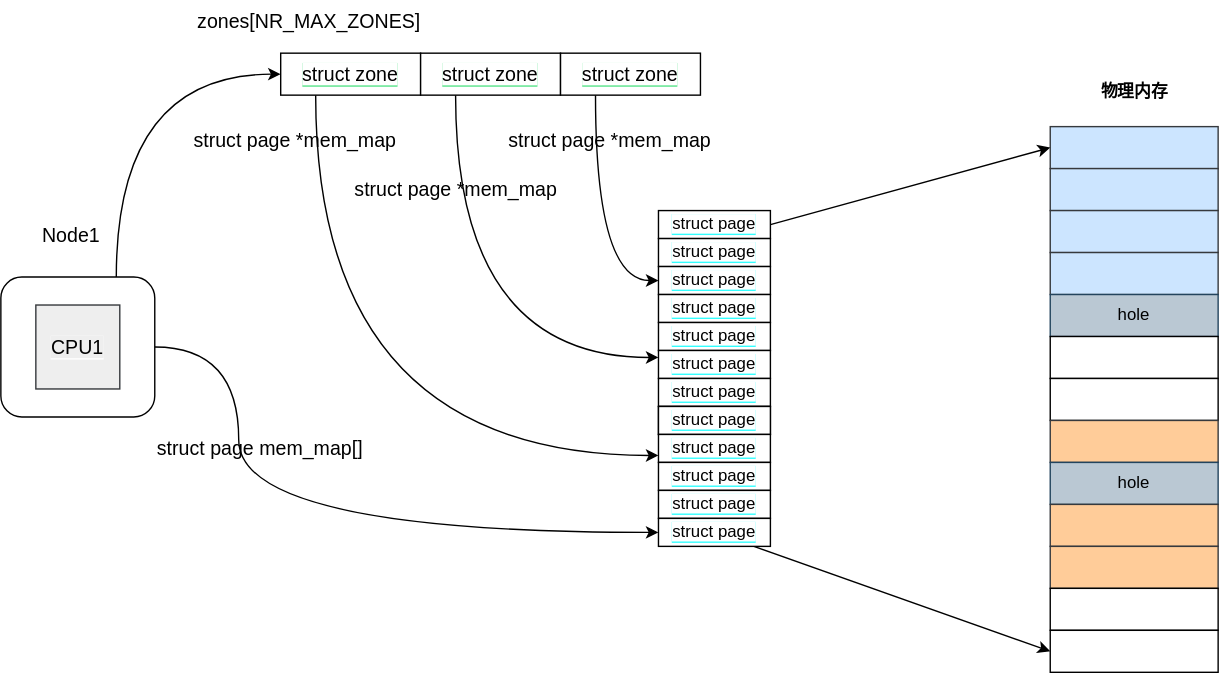
kongjun18/thesis keeps this draw.io diagram as images/lzuos-memory-model-implementation.drawio.svg. Above is the earlier version. Source tidied: cells renumbered, new cells last; positions are measured from the earlier drawing's top-left corner, leaving out a move shared by most shapes. Its diagram source:
```xml
<mxGraphModel>
  <root>
    <mxCell id="0" />
    <mxCell id="1" parent="0" />
    <mxCell id="2" style="rounded=0;whiteSpace=wrap;html=1;labelBackgroundColor=#33FFFF;fillColor=#cce5ff;strokeColor=#36393d;" parent="1" vertex="1">
      <mxGeometry x="750" y="90" width="120" height="30" as="geometry" />
    </mxCell>
    <mxCell id="3" style="rounded=0;whiteSpace=wrap;html=1;labelBackgroundColor=#33FFFF;fillColor=#cce5ff;strokeColor=#36393d;" parent="1" vertex="1">
      <mxGeometry x="750" y="120" width="120" height="30" as="geometry" />
    </mxCell>
    <mxCell id="4" style="rounded=0;whiteSpace=wrap;html=1;labelBackgroundColor=#33FFFF;fillColor=#cce5ff;strokeColor=#36393d;" parent="1" vertex="1">
      <mxGeometry x="750" y="150" width="120" height="30" as="geometry" />
    </mxCell>
    <mxCell id="5" style="rounded=0;whiteSpace=wrap;html=1;labelBackgroundColor=#33FFFF;fillColor=#cce5ff;strokeColor=#36393d;" parent="1" vertex="1">
      <mxGeometry x="750" y="180" width="120" height="30" as="geometry" />
    </mxCell>
    <mxCell id="6" value="hole" style="rounded=0;whiteSpace=wrap;html=1;labelBackgroundColor=none;fillColor=#bac8d3;strokeColor=#23445d;" parent="1" vertex="1">
      <mxGeometry x="750" y="210" width="120" height="30" as="geometry" />
    </mxCell>
    <mxCell id="7" style="rounded=0;whiteSpace=wrap;html=1;labelBackgroundColor=#33FFFF;" parent="1" vertex="1">
      <mxGeometry x="750" y="240" width="120" height="30" as="geometry" />
    </mxCell>
    <mxCell id="8" style="rounded=0;whiteSpace=wrap;html=1;labelBackgroundColor=#33FFFF;" parent="1" vertex="1">
      <mxGeometry x="750" y="270" width="120" height="30" as="geometry" />
    </mxCell>
    <mxCell id="9" style="rounded=0;whiteSpace=wrap;html=1;labelBackgroundColor=#33FFFF;fillColor=#ffcc99;strokeColor=#36393d;" parent="1" vertex="1">
      <mxGeometry x="750" y="300" width="120" height="30" as="geometry" />
    </mxCell>
    <mxCell id="10" value="hole" style="rounded=0;whiteSpace=wrap;html=1;labelBackgroundColor=#FFFFF;fillColor=#bac8d3;strokeColor=#23445d;" parent="1" vertex="1">
      <mxGeometry x="750" y="330" width="120" height="30" as="geometry" />
    </mxCell>
    <mxCell id="11" style="rounded=0;whiteSpace=wrap;html=1;labelBackgroundColor=#33FFFF;fillColor=#ffcc99;strokeColor=#36393d;" parent="1" vertex="1">
      <mxGeometry x="750" y="360" width="120" height="30" as="geometry" />
    </mxCell>
    <mxCell id="12" style="rounded=0;whiteSpace=wrap;html=1;labelBackgroundColor=#33FFFF;fillColor=#ffcc99;strokeColor=#36393d;" parent="1" vertex="1">
      <mxGeometry x="750" y="390" width="120" height="30" as="geometry" />
    </mxCell>
    <mxCell id="13" style="rounded=0;whiteSpace=wrap;html=1;labelBackgroundColor=#33FFFF;" parent="1" vertex="1">
      <mxGeometry x="750" y="420" width="120" height="30" as="geometry" />
    </mxCell>
    <mxCell id="14" value="&lt;b&gt;物理内存&lt;/b&gt;" style="text;html=1;align=center;verticalAlign=middle;strokeColor=none;fillColor=none;" parent="1" vertex="1">
      <mxGeometry x="775" y="50" width="70" height="30" as="geometry" />
    </mxCell>
    <mxCell id="15" style="rounded=0;whiteSpace=wrap;html=1;labelBackgroundColor=#33FFFF;" parent="1" vertex="1">
      <mxGeometry x="750" y="450" width="120" height="30" as="geometry" />
    </mxCell>
    <mxCell id="16" style="edgeStyle=orthogonalEdgeStyle;curved=1;jettySize=auto;html=1;exitX=0.75;exitY=0;exitDx=0;exitDy=0;entryX=0;entryY=0.5;entryDx=0;entryDy=0;fontSize=14;" parent="1" edge="1" source="18" target="22">
      <mxGeometry relative="1" as="geometry" />
    </mxCell>
    <mxCell id="17" style="edgeStyle=orthogonalEdgeStyle;curved=1;rounded=0;jettySize=auto;html=1;entryX=0;entryY=0.5;entryDx=0;entryDy=0;fontSize=14;" parent="1" edge="1" source="18" target="42">
      <mxGeometry relative="1" as="geometry">
        <Array as="points">
          <mxPoint x="170" y="248" />
          <mxPoint x="170" y="380" />
        </Array>
      </mxGeometry>
    </mxCell>
    <mxCell id="18" style="rounded=1;whiteSpace=wrap;html=1;labelBackgroundColor=none;labelBorderColor=none;fontSize=14;" parent="1" vertex="1">
      <mxGeometry y="197.5" width="110" height="100" as="geometry" />
    </mxCell>
    <mxCell id="19" value="Node1" style="text;html=1;align=center;verticalAlign=middle;strokeColor=none;fillColor=none;fontSize=14;" parent="1" vertex="1">
      <mxGeometry x="20" y="152.5" width="60" height="30" as="geometry" />
    </mxCell>
    <mxCell id="20" value="&lt;span style=&quot;background-color: rgb(238, 238, 238);&quot;&gt;CPU1&lt;/span&gt;" style="whiteSpace=wrap;html=1;labelBackgroundColor=#FFFFFF;labelBorderColor=none;fontSize=14;fillColor=#eeeeee;strokeColor=#36393d;" parent="1" vertex="1">
      <mxGeometry x="25" y="217.5" width="60" height="60" as="geometry" />
    </mxCell>
    <mxCell id="21" style="edgeStyle=orthogonalEdgeStyle;curved=1;rounded=0;jettySize=auto;html=1;exitX=0.25;exitY=1;exitDx=0;exitDy=0;entryX=0;entryY=0.75;entryDx=0;entryDy=0;fontSize=14;" parent="1" edge="1" source="22" target="38">
      <mxGeometry relative="1" as="geometry" />
    </mxCell>
    <mxCell id="22" value="&lt;span style=&quot;background-color: rgb(255, 255, 255);&quot;&gt;struct zone&lt;/span&gt;" style="rounded=0;whiteSpace=wrap;html=1;labelBackgroundColor=#57e389;labelBorderColor=none;fontSize=14;" parent="1" vertex="1">
      <mxGeometry x="200" y="37.5" width="100" height="30" as="geometry" />
    </mxCell>
    <mxCell id="23" style="edgeStyle=orthogonalEdgeStyle;curved=1;rounded=0;jettySize=auto;html=1;exitX=0.25;exitY=1;exitDx=0;exitDy=0;entryX=0;entryY=0.25;entryDx=0;entryDy=0;fontSize=14;" parent="1" edge="1" source="24" target="34">
      <mxGeometry relative="1" as="geometry" />
    </mxCell>
    <mxCell id="24" value="&lt;span style=&quot;background-color: rgb(255, 255, 255);&quot;&gt;struct zone&lt;/span&gt;" style="rounded=0;whiteSpace=wrap;html=1;labelBackgroundColor=#57e389;labelBorderColor=none;fontSize=14;" parent="1" vertex="1">
      <mxGeometry x="300" y="37.5" width="100" height="30" as="geometry" />
    </mxCell>
    <mxCell id="25" value="zones[NR_MAX_ZONES]" style="text;html=1;align=center;verticalAlign=middle;strokeColor=none;fillColor=none;fontSize=14;" parent="1" vertex="1">
      <mxGeometry x="130" width="180" height="30" as="geometry" />
    </mxCell>
    <mxCell id="26" style="edgeStyle=orthogonalEdgeStyle;curved=1;rounded=0;jettySize=auto;html=1;exitX=0.25;exitY=1;exitDx=0;exitDy=0;entryX=0;entryY=0.5;entryDx=0;entryDy=0;fontSize=14;" parent="1" edge="1" source="27" target="31">
      <mxGeometry relative="1" as="geometry" />
    </mxCell>
    <mxCell id="27" value="&lt;span style=&quot;background-color: rgb(255, 255, 255);&quot;&gt;struct zone&lt;/span&gt;" style="rounded=0;whiteSpace=wrap;html=1;labelBackgroundColor=#57e389;labelBorderColor=none;fontSize=14;" parent="1" vertex="1">
      <mxGeometry x="400" y="37.5" width="100" height="30" as="geometry" />
    </mxCell>
    <mxCell id="28" style="rounded=0;jettySize=auto;html=1;exitX=1;exitY=0.5;exitDx=0;exitDy=0;entryX=0;entryY=0.5;entryDx=0;entryDy=0;fontSize=14;" parent="1" edge="1" source="29" target="2">
      <mxGeometry relative="1" as="geometry" />
    </mxCell>
    <mxCell id="29" value="&lt;span style=&quot;background-color: rgb(255, 255, 255);&quot;&gt;struct page&lt;/span&gt;" style="rounded=0;whiteSpace=wrap;html=1;labelBackgroundColor=#33FFFF;" parent="1" vertex="1">
      <mxGeometry x="470" y="150" width="80" height="20" as="geometry" />
    </mxCell>
    <mxCell id="30" value="&lt;span style=&quot;background-color: rgb(255, 255, 255);&quot;&gt;struct page&lt;/span&gt;" style="rounded=0;whiteSpace=wrap;html=1;labelBackgroundColor=#33FFFF;" parent="1" vertex="1">
      <mxGeometry x="470" y="170" width="80" height="20" as="geometry" />
    </mxCell>
    <mxCell id="31" value="&lt;span style=&quot;background-color: rgb(255, 255, 255);&quot;&gt;struct page&lt;/span&gt;" style="rounded=0;whiteSpace=wrap;html=1;labelBackgroundColor=#33FFFF;" parent="1" vertex="1">
      <mxGeometry x="470" y="190" width="80" height="20" as="geometry" />
    </mxCell>
    <mxCell id="32" value="&lt;span style=&quot;background-color: rgb(255, 255, 255);&quot;&gt;struct page&lt;/span&gt;" style="rounded=0;whiteSpace=wrap;html=1;labelBackgroundColor=#33FFFF;" parent="1" vertex="1">
      <mxGeometry x="470" y="210" width="80" height="20" as="geometry" />
    </mxCell>
    <mxCell id="33" value="&lt;span style=&quot;background-color: rgb(255, 255, 255);&quot;&gt;struct page&lt;/span&gt;" style="rounded=0;whiteSpace=wrap;html=1;labelBackgroundColor=#33FFFF;" parent="1" vertex="1">
      <mxGeometry x="470" y="230" width="80" height="20" as="geometry" />
    </mxCell>
    <mxCell id="34" value="&lt;span style=&quot;background-color: rgb(255, 255, 255);&quot;&gt;struct page&lt;/span&gt;" style="rounded=0;whiteSpace=wrap;html=1;labelBackgroundColor=#33FFFF;" parent="1" vertex="1">
      <mxGeometry x="470" y="250" width="80" height="20" as="geometry" />
    </mxCell>
    <mxCell id="35" value="&lt;span style=&quot;background-color: rgb(255, 255, 255);&quot;&gt;struct page&lt;/span&gt;" style="rounded=0;whiteSpace=wrap;html=1;labelBackgroundColor=#33FFFF;" parent="1" vertex="1">
      <mxGeometry x="470" y="270" width="80" height="20" as="geometry" />
    </mxCell>
    <mxCell id="36" value="&lt;span style=&quot;background-color: rgb(255, 255, 255);&quot;&gt;struct page&lt;/span&gt;" style="rounded=0;whiteSpace=wrap;html=1;labelBackgroundColor=#33FFFF;" parent="1" vertex="1">
      <mxGeometry x="470" y="290" width="80" height="20" as="geometry" />
    </mxCell>
    <mxCell id="37" value="&lt;span style=&quot;background-color: rgb(255, 255, 255);&quot;&gt;struct page&lt;/span&gt;" style="rounded=0;whiteSpace=wrap;html=1;labelBackgroundColor=#33FFFF;" parent="1" vertex="1">
      <mxGeometry x="470" y="290" width="80" height="20" as="geometry" />
    </mxCell>
    <mxCell id="38" value="&lt;span style=&quot;background-color: rgb(255, 255, 255);&quot;&gt;struct page&lt;/span&gt;" style="rounded=0;whiteSpace=wrap;html=1;labelBackgroundColor=#33FFFF;" parent="1" vertex="1">
      <mxGeometry x="470" y="310" width="80" height="20" as="geometry" />
    </mxCell>
    <mxCell id="39" value="&lt;span style=&quot;background-color: rgb(255, 255, 255);&quot;&gt;struct page&lt;/span&gt;" style="rounded=0;whiteSpace=wrap;html=1;labelBackgroundColor=#33FFFF;" parent="1" vertex="1">
      <mxGeometry x="470" y="330" width="80" height="20" as="geometry" />
    </mxCell>
    <mxCell id="40" value="&lt;span style=&quot;background-color: rgb(255, 255, 255);&quot;&gt;struct page&lt;/span&gt;" style="rounded=0;whiteSpace=wrap;html=1;labelBackgroundColor=#33FFFF;" parent="1" vertex="1">
      <mxGeometry x="470" y="350" width="80" height="20" as="geometry" />
    </mxCell>
    <mxCell id="41" style="edgeStyle=none;rounded=0;jettySize=auto;html=1;entryX=0;entryY=0.5;entryDx=0;entryDy=0;fontSize=14;" parent="1" edge="1" source="42" target="15">
      <mxGeometry relative="1" as="geometry" />
    </mxCell>
    <mxCell id="42" value="&lt;span style=&quot;background-color: rgb(255, 255, 255);&quot;&gt;struct page&lt;/span&gt;" style="rounded=0;whiteSpace=wrap;html=1;labelBackgroundColor=#33FFFF;" parent="1" vertex="1">
      <mxGeometry x="470" y="370" width="80" height="20" as="geometry" />
    </mxCell>
    <mxCell id="43" value="struct page mem_map[]" style="text;html=1;align=center;verticalAlign=middle;strokeColor=none;fillColor=none;fontSize=14;" parent="1" vertex="1">
      <mxGeometry x="100" y="305" width="170" height="30" as="geometry" />
    </mxCell>
    <mxCell id="44" value="struct page *mem_map" style="text;html=1;align=center;verticalAlign=middle;strokeColor=none;fillColor=none;fontSize=14;" parent="1" vertex="1">
      <mxGeometry x="125" y="85" width="170" height="30" as="geometry" />
    </mxCell>
    <mxCell id="45" value="struct page *mem_map" style="text;html=1;align=center;verticalAlign=middle;strokeColor=none;fillColor=none;fontSize=14;" parent="1" vertex="1">
      <mxGeometry x="240" y="120" width="170" height="30" as="geometry" />
    </mxCell>
    <mxCell id="46" value="struct page *mem_map" style="text;html=1;align=center;verticalAlign=middle;strokeColor=none;fillColor=none;fontSize=14;" parent="1" vertex="1">
      <mxGeometry x="350" y="85" width="170" height="30" as="geometry" />
    </mxCell>
  </root>
</mxGraphModel>
```
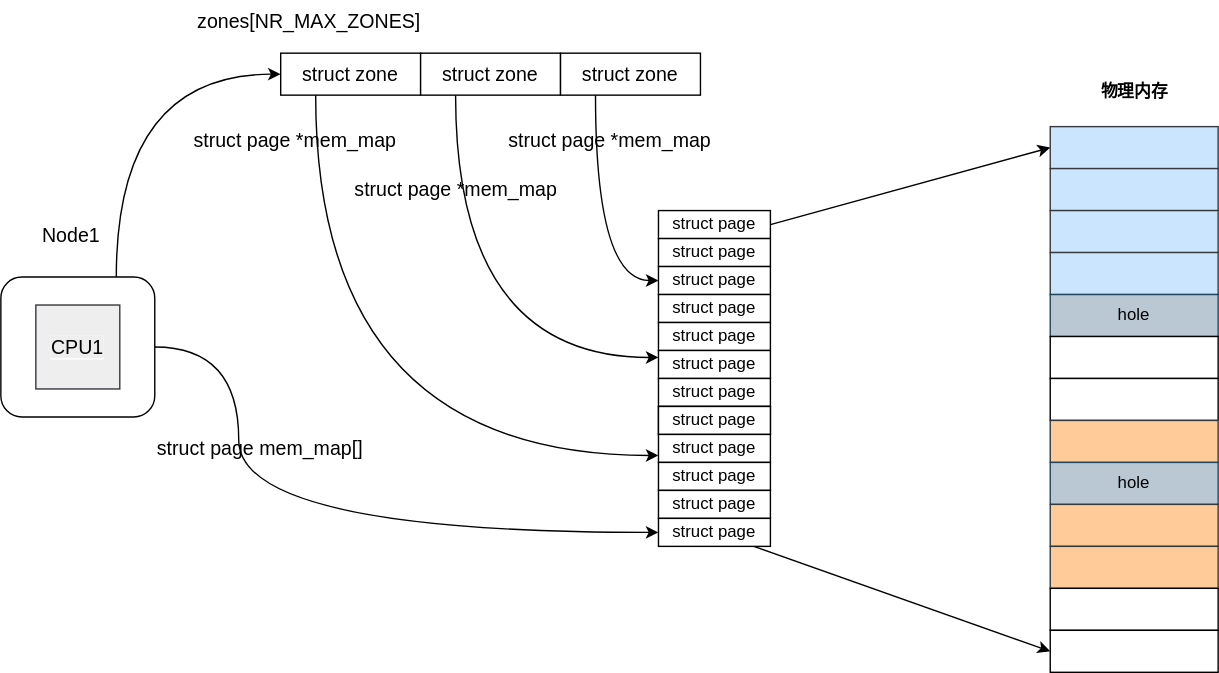
After the commit.

What changed in the source:
```diff
@@ -67,13 +67,13 @@
     <mxCell id="21" style="edgeStyle=orthogonalEdgeStyle;curved=1;rounded=0;jettySize=auto;html=1;exitX=0.25;exitY=1;exitDx=0;exitDy=0;entryX=0;entryY=0.75;entryDx=0;entryDy=0;fontSize=14;" parent="1" edge="1" source="22" target="38">
       <mxGeometry relative="1" as="geometry" />
     </mxCell>
-    <mxCell id="22" value="&lt;span style=&quot;background-color: rgb(255, 255, 255);&quot;&gt;struct zone&lt;/span&gt;" style="rounded=0;whiteSpace=wrap;html=1;labelBackgroundColor=#57e389;labelBorderColor=none;fontSize=14;" parent="1" vertex="1">
+    <mxCell id="22" value="&lt;span style=&quot;&quot;&gt;struct zone&lt;/span&gt;" style="rounded=0;whiteSpace=wrap;html=1;labelBackgroundColor=none;labelBorderColor=none;fontSize=14;" parent="1" vertex="1">
       <mxGeometry x="200" y="37.5" width="100" height="30" as="geometry" />
     </mxCell>
     <mxCell id="23" style="edgeStyle=orthogonalEdgeStyle;curved=1;rounded=0;jettySize=auto;html=1;exitX=0.25;exitY=1;exitDx=0;exitDy=0;entryX=0;entryY=0.25;entryDx=0;entryDy=0;fontSize=14;" parent="1" edge="1" source="24" target="34">
       <mxGeometry relative="1" as="geometry" />
     </mxCell>
-    <mxCell id="24" value="&lt;span style=&quot;background-color: rgb(255, 255, 255);&quot;&gt;struct zone&lt;/span&gt;" style="rounded=0;whiteSpace=wrap;html=1;labelBackgroundColor=#57e389;labelBorderColor=none;fontSize=14;" parent="1" vertex="1">
+    <mxCell id="24" value="&lt;span style=&quot;&quot;&gt;struct zone&lt;/span&gt;" style="rounded=0;whiteSpace=wrap;html=1;labelBackgroundColor=none;labelBorderColor=none;fontSize=14;" parent="1" vertex="1">
       <mxGeometry x="300" y="37.5" width="100" height="30" as="geometry" />
     </mxCell>
     <mxCell id="25" value="zones[NR_MAX_ZONES]" style="text;html=1;align=center;verticalAlign=middle;strokeColor=none;fillColor=none;fontSize=14;" parent="1" vertex="1">
@@ -82,52 +82,52 @@
     <mxCell id="26" style="edgeStyle=orthogonalEdgeStyle;curved=1;rounded=0;jettySize=auto;html=1;exitX=0.25;exitY=1;exitDx=0;exitDy=0;entryX=0;entryY=0.5;entryDx=0;entryDy=0;fontSize=14;" parent="1" edge="1" source="27" target="31">
       <mxGeometry relative="1" as="geometry" />
     </mxCell>
-    <mxCell id="27" value="&lt;span style=&quot;background-color: rgb(255, 255, 255);&quot;&gt;struct zone&lt;/span&gt;" style="rounded=0;whiteSpace=wrap;html=1;labelBackgroundColor=#57e389;labelBorderColor=none;fontSize=14;" parent="1" vertex="1">
+    <mxCell id="27" value="&lt;span style=&quot;&quot;&gt;struct zone&lt;/span&gt;" style="rounded=0;whiteSpace=wrap;html=1;labelBackgroundColor=none;labelBorderColor=none;fontSize=14;" parent="1" vertex="1">
       <mxGeometry x="400" y="37.5" width="100" height="30" as="geometry" />
     </mxCell>
     <mxCell id="28" style="rounded=0;jettySize=auto;html=1;exitX=1;exitY=0.5;exitDx=0;exitDy=0;entryX=0;entryY=0.5;entryDx=0;entryDy=0;fontSize=14;" parent="1" edge="1" source="29" target="2">
       <mxGeometry relative="1" as="geometry" />
     </mxCell>
-    <mxCell id="29" value="&lt;span style=&quot;background-color: rgb(255, 255, 255);&quot;&gt;struct page&lt;/span&gt;" style="rounded=0;whiteSpace=wrap;html=1;labelBackgroundColor=#33FFFF;" parent="1" vertex="1">
+    <mxCell id="29" value="&lt;span style=&quot;&quot;&gt;struct page&lt;/span&gt;" style="rounded=0;whiteSpace=wrap;html=1;labelBackgroundColor=none;" parent="1" vertex="1">
       <mxGeometry x="470" y="150" width="80" height="20" as="geometry" />
     </mxCell>
-    <mxCell id="30" value="&lt;span style=&quot;background-color: rgb(255, 255, 255);&quot;&gt;struct page&lt;/span&gt;" style="rounded=0;whiteSpace=wrap;html=1;labelBackgroundColor=#33FFFF;" parent="1" vertex="1">
+    <mxCell id="30" value="&lt;span style=&quot;&quot;&gt;struct page&lt;/span&gt;" style="rounded=0;whiteSpace=wrap;html=1;labelBackgroundColor=none;" parent="1" vertex="1">
       <mxGeometry x="470" y="170" width="80" height="20" as="geometry" />
     </mxCell>
-    <mxCell id="31" value="&lt;span style=&quot;background-color: rgb(255, 255, 255);&quot;&gt;struct page&lt;/span&gt;" style="rounded=0;whiteSpace=wrap;html=1;labelBackgroundColor=#33FFFF;" parent="1" vertex="1">
+    <mxCell id="31" value="&lt;span style=&quot;&quot;&gt;struct page&lt;/span&gt;" style="rounded=0;whiteSpace=wrap;html=1;labelBackgroundColor=none;" parent="1" vertex="1">
       <mxGeometry x="470" y="190" width="80" height="20" as="geometry" />
     </mxCell>
-    <mxCell id="32" value="&lt;span style=&quot;background-color: rgb(255, 255, 255);&quot;&gt;struct page&lt;/span&gt;" style="rounded=0;whiteSpace=wrap;html=1;labelBackgroundColor=#33FFFF;" parent="1" vertex="1">
+    <mxCell id="32" value="&lt;span style=&quot;&quot;&gt;struct page&lt;/span&gt;" style="rounded=0;whiteSpace=wrap;html=1;labelBackgroundColor=none;" parent="1" vertex="1">
       <mxGeometry x="470" y="210" width="80" height="20" as="geometry" />
     </mxCell>
-    <mxCell id="33" value="&lt;span style=&quot;background-color: rgb(255, 255, 255);&quot;&gt;struct page&lt;/span&gt;" style="rounded=0;whiteSpace=wrap;html=1;labelBackgroundColor=#33FFFF;" parent="1" vertex="1">
+    <mxCell id="33" value="&lt;span style=&quot;&quot;&gt;struct page&lt;/span&gt;" style="rounded=0;whiteSpace=wrap;html=1;labelBackgroundColor=none;" parent="1" vertex="1">
       <mxGeometry x="470" y="230" width="80" height="20" as="geometry" />
     </mxCell>
-    <mxCell id="34" value="&lt;span style=&quot;background-color: rgb(255, 255, 255);&quot;&gt;struct page&lt;/span&gt;" style="rounded=0;whiteSpace=wrap;html=1;labelBackgroundColor=#33FFFF;" parent="1" vertex="1">
+    <mxCell id="34" value="&lt;span style=&quot;&quot;&gt;struct page&lt;/span&gt;" style="rounded=0;whiteSpace=wrap;html=1;labelBackgroundColor=none;" parent="1" vertex="1">
       <mxGeometry x="470" y="250" width="80" height="20" as="geometry" />
     </mxCell>
-    <mxCell id="35" value="&lt;span style=&quot;background-color: rgb(255, 255, 255);&quot;&gt;struct page&lt;/span&gt;" style="rounded=0;whiteSpace=wrap;html=1;labelBackgroundColor=#33FFFF;" parent="1" vertex="1">
+    <mxCell id="35" value="&lt;span style=&quot;&quot;&gt;struct page&lt;/span&gt;" style="rounded=0;whiteSpace=wrap;html=1;labelBackgroundColor=none;" parent="1" vertex="1">
       <mxGeometry x="470" y="270" width="80" height="20" as="geometry" />
     </mxCell>
-    <mxCell id="36" value="&lt;span style=&quot;background-color: rgb(255, 255, 255);&quot;&gt;struct page&lt;/span&gt;" style="rounded=0;whiteSpace=wrap;html=1;labelBackgroundColor=#33FFFF;" parent="1" vertex="1">
+    <mxCell id="36" value="&lt;span style=&quot;&quot;&gt;struct page&lt;/span&gt;" style="rounded=0;whiteSpace=wrap;html=1;labelBackgroundColor=none;" parent="1" vertex="1">
       <mxGeometry x="470" y="290" width="80" height="20" as="geometry" />
     </mxCell>
-    <mxCell id="37" value="&lt;span style=&quot;background-color: rgb(255, 255, 255);&quot;&gt;struct page&lt;/span&gt;" style="rounded=0;whiteSpace=wrap;html=1;labelBackgroundColor=#33FFFF;" parent="1" vertex="1">
+    <mxCell id="37" value="&lt;span style=&quot;&quot;&gt;struct page&lt;/span&gt;" style="rounded=0;whiteSpace=wrap;html=1;labelBackgroundColor=none;" parent="1" vertex="1">
       <mxGeometry x="470" y="290" width="80" height="20" as="geometry" />
     </mxCell>
-    <mxCell id="38" value="&lt;span style=&quot;background-color: rgb(255, 255, 255);&quot;&gt;struct page&lt;/span&gt;" style="rounded=0;whiteSpace=wrap;html=1;labelBackgroundColor=#33FFFF;" parent="1" vertex="1">
+    <mxCell id="38" value="&lt;span style=&quot;&quot;&gt;struct page&lt;/span&gt;" style="rounded=0;whiteSpace=wrap;html=1;labelBackgroundColor=none;" parent="1" vertex="1">
       <mxGeometry x="470" y="310" width="80" height="20" as="geometry" />
     </mxCell>
-    <mxCell id="39" value="&lt;span style=&quot;background-color: rgb(255, 255, 255);&quot;&gt;struct page&lt;/span&gt;" style="rounded=0;whiteSpace=wrap;html=1;labelBackgroundColor=#33FFFF;" parent="1" vertex="1">
+    <mxCell id="39" value="&lt;span style=&quot;&quot;&gt;struct page&lt;/span&gt;" style="rounded=0;whiteSpace=wrap;html=1;labelBackgroundColor=none;" parent="1" vertex="1">
       <mxGeometry x="470" y="330" width="80" height="20" as="geometry" />
     </mxCell>
-    <mxCell id="40" value="&lt;span style=&quot;background-color: rgb(255, 255, 255);&quot;&gt;struct page&lt;/span&gt;" style="rounded=0;whiteSpace=wrap;html=1;labelBackgroundColor=#33FFFF;" parent="1" vertex="1">
+    <mxCell id="40" value="&lt;span style=&quot;&quot;&gt;struct page&lt;/span&gt;" style="rounded=0;whiteSpace=wrap;html=1;labelBackgroundColor=none;" parent="1" vertex="1">
       <mxGeometry x="470" y="350" width="80" height="20" as="geometry" />
     </mxCell>
     <mxCell id="41" style="edgeStyle=none;rounded=0;jettySize=auto;html=1;entryX=0;entryY=0.5;entryDx=0;entryDy=0;fontSize=14;" parent="1" edge="1" source="42" target="15">
       <mxGeometry relative="1" as="geometry" />
     </mxCell>
-    <mxCell id="42" value="&lt;span style=&quot;background-color: rgb(255, 255, 255);&quot;&gt;struct page&lt;/span&gt;" style="rounded=0;whiteSpace=wrap;html=1;labelBackgroundColor=#33FFFF;" parent="1" vertex="1">
+    <mxCell id="42" value="&lt;span style=&quot;&quot;&gt;struct page&lt;/span&gt;" style="rounded=0;whiteSpace=wrap;html=1;labelBackgroundColor=none;" parent="1" vertex="1">
       <mxGeometry x="470" y="370" width="80" height="20" as="geometry" />
     </mxCell>
     <mxCell id="43" value="struct page mem_map[]" style="text;html=1;align=center;verticalAlign=middle;strokeColor=none;fillColor=none;fontSize=14;" parent="1" vertex="1">
```
